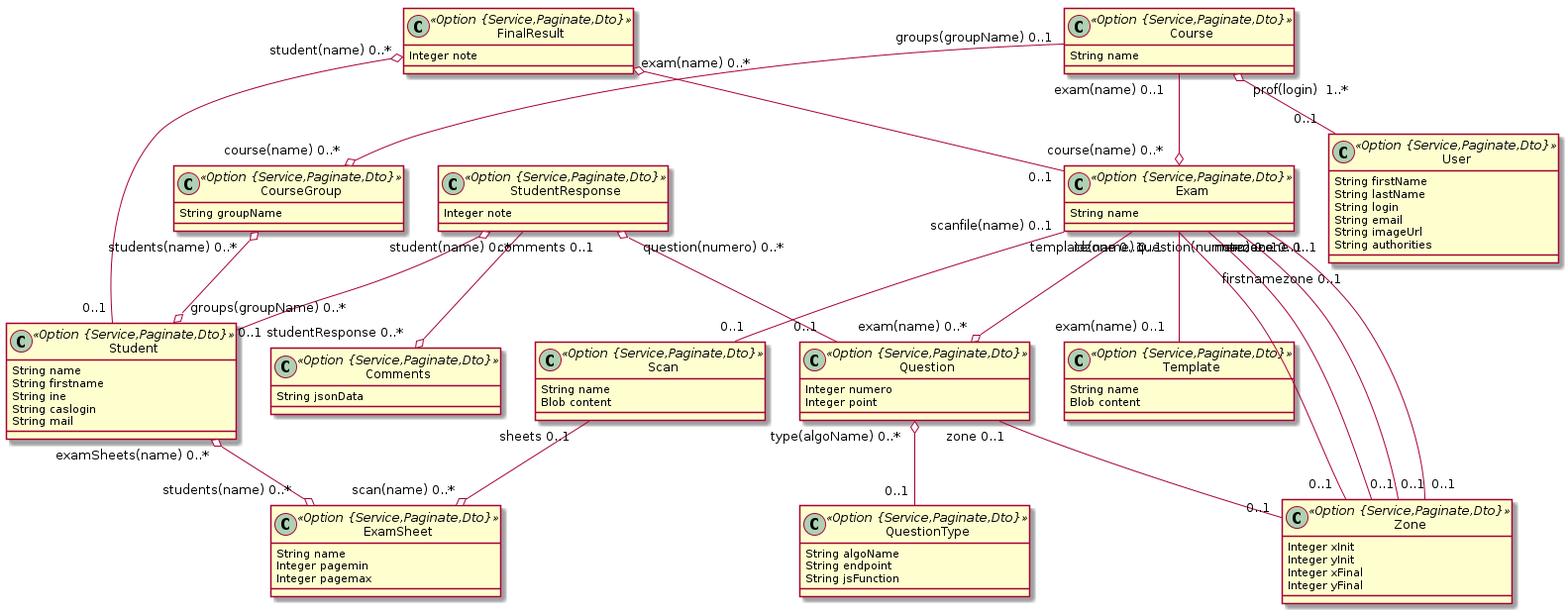
Above: model.png in correctexam/corrigeExamBack (PlantUML), before the change.
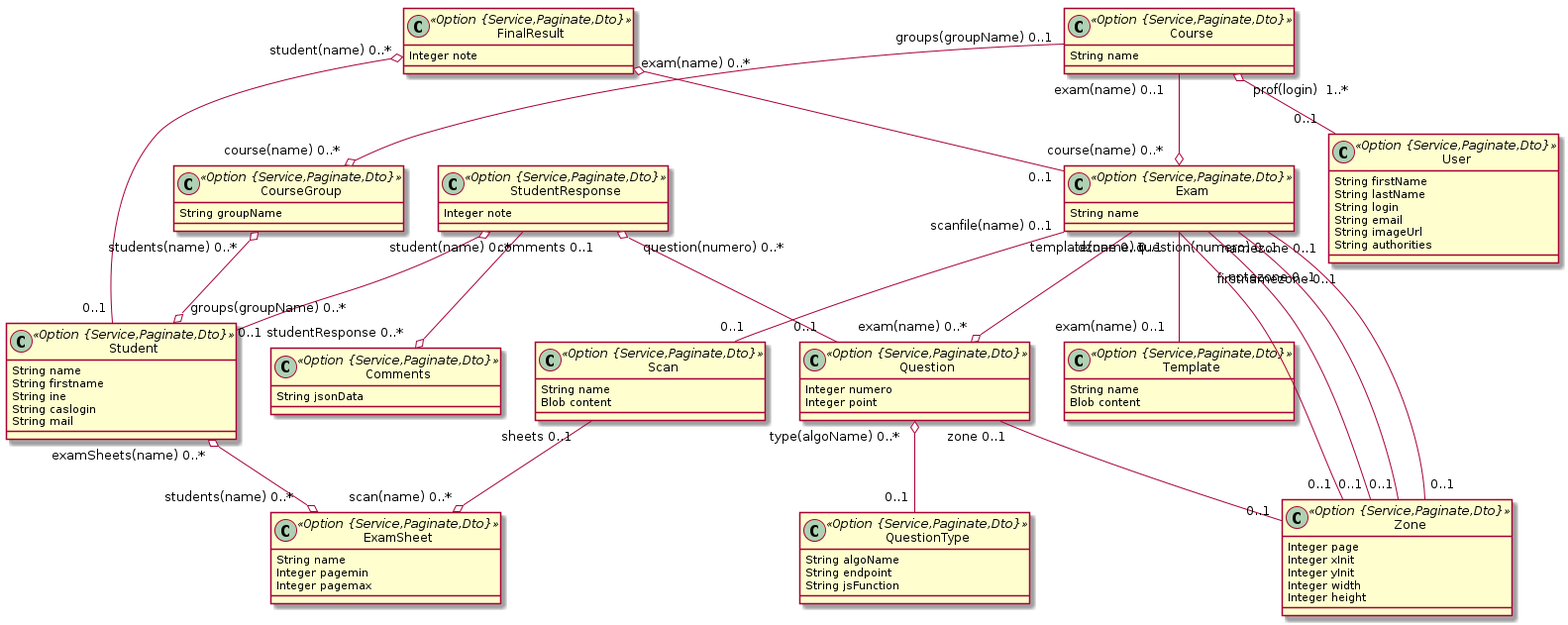
The same file after the commit.

The edit, as a diff of the source:
```diff
@@ -48,10 +48,11 @@
 		String jsonData
 	}
 	class Zone <<Option {Service,Paginate,Dto}>> {
+		Integer page
 		Integer xInit
 		Integer yInit
-		Integer xFinal
-		Integer yFinal
+		Integer width
+		Integer height
 	}
 	Course  "prof(login)  1..* " o-- "0..1 "  User
 	FinalResult  "student(name) 0..* " o-- "0..1 "  Student
```
